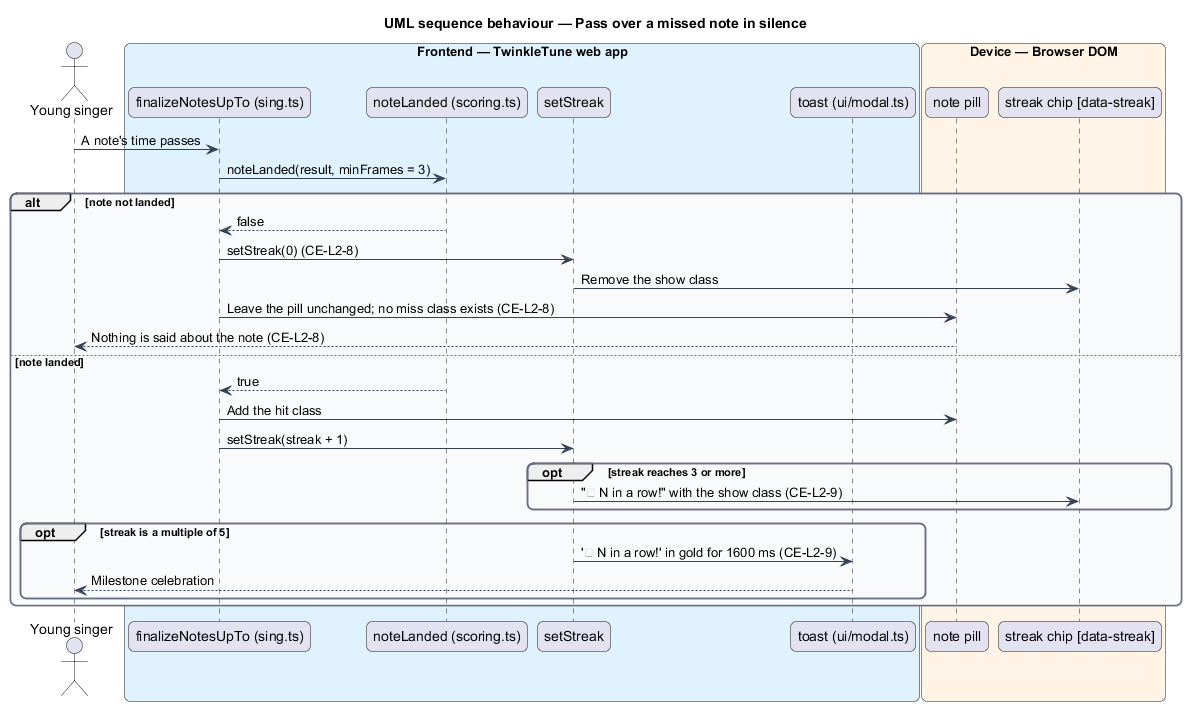
This is docs/detailed-designs/coaching-and-encouragement/keep-feedback-encouraging/diagrams/sequence-silent-miss.png from QuinntyneBrown/TwinkleTune, a PlantUML export, as it was before one commit.
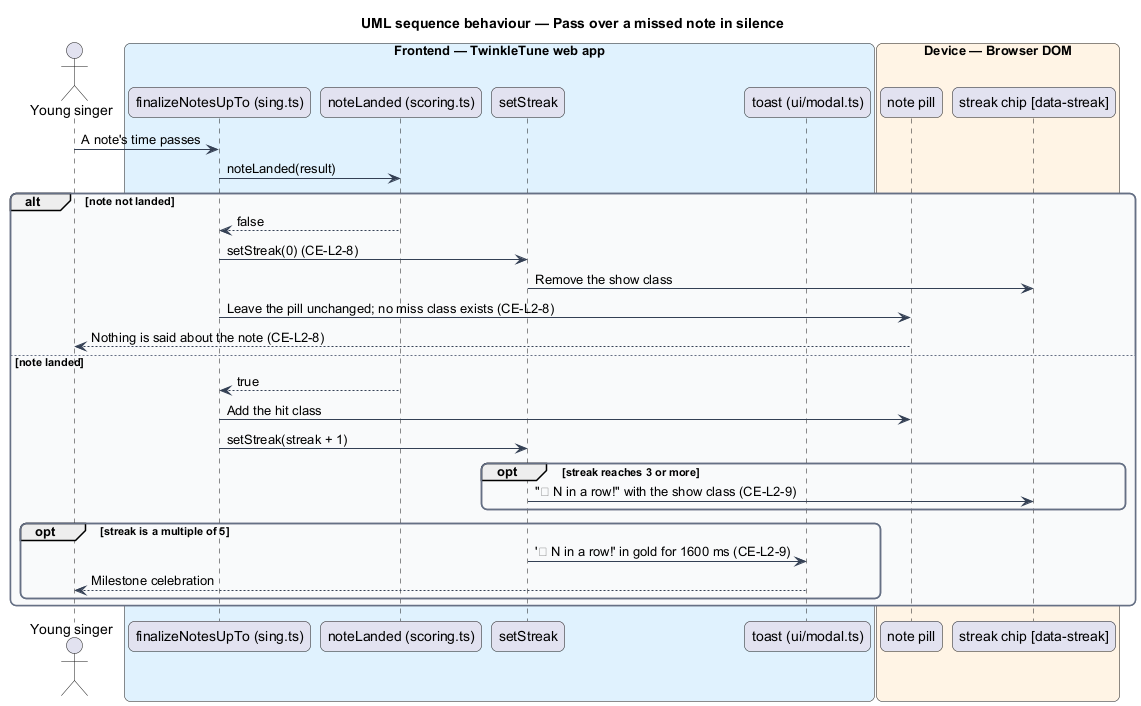
Above is the later version.

What changed in the source:
```diff
@@ -27,7 +27,7 @@
 end box
 
 child -> finalize : A note's time passes
-finalize -> scoring : noteLanded(result, minFrames = 3)
+finalize -> scoring : noteLanded(result)
 
 alt note not landed
   scoring --> finalize : false
```
